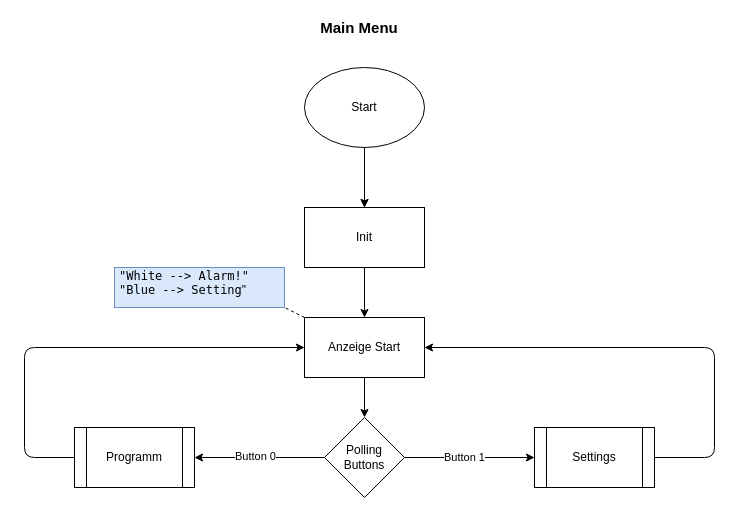
Seafesko/Nucleo-Wecker keeps this draw.io diagram as page "Main Menu" (1 of 3) of Untitled Diagram.drawio. Above is the earlier version. Source tidied: cells renumbered, new cells numbered last; positions are measured from the earlier drawing's top-left corner, leaving out a move shared by most shapes. Both pictures are drawn from the tidied source at 100%, with x=0, y=0 at pixel (24, 17).
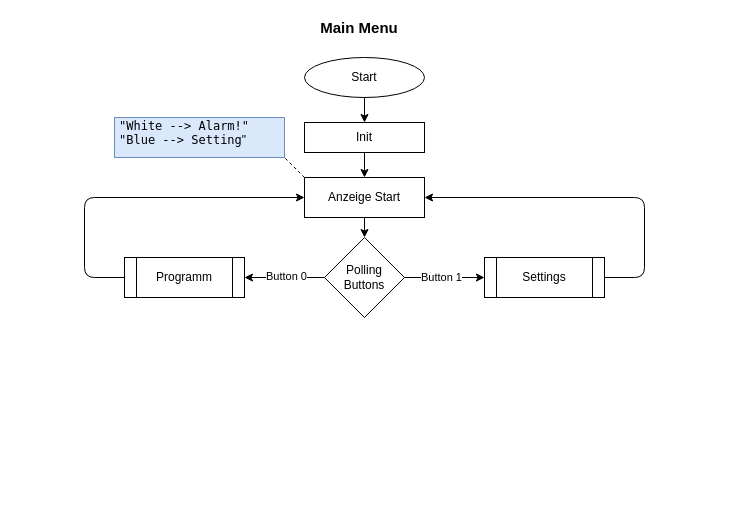
The same page after the edit.

What changed in the source:
```diff
@@
     <mxCell id="3" value="Start" style="ellipse;whiteSpace=wrap;html=1;" parent="1" vertex="1">
-      <mxGeometry x="280" y="50" width="120" height="80" as="geometry" />
+      <mxGeometry x="280" y="40" width="120" height="40" as="geometry" />
     </mxCell>
     <mxCell id="4" value="&lt;div&gt;Polling &lt;br&gt;&lt;/div&gt;&lt;div&gt;Buttons&lt;/div&gt;" style="rhombus;whiteSpace=wrap;html=1;strokeWidth=1;" parent="1" vertex="1">
-      <mxGeometry x="300" y="400" width="80" height="80" as="geometry" />
+      <mxGeometry x="300" y="220" width="80" height="80" as="geometry" />
     </mxCell>
     <mxCell id="5" value="Anzeige Start" style="rounded=0;whiteSpace=wrap;html=1;strokeWidth=1;" parent="1" vertex="1">
-      <mxGeometry x="280" y="300" width="120" height="60" as="geometry" />
+      <mxGeometry x="280" y="160" width="120" height="40" as="geometry" />
     </mxCell>
     <mxCell id="6" value="Programm" style="shape=process;whiteSpace=wrap;html=1;backgroundOutline=1;strokeWidth=1;" parent="1" vertex="1">
-      <mxGeometry x="50" y="410" width="120" height="60" as="geometry" />
+      <mxGeometry x="100" y="240" width="120" height="40" as="geometry" />
     </mxCell>
     <mxCell id="7" value="Settings" style="shape=process;whiteSpace=wrap;html=1;backgroundOutline=1;strokeWidth=1;" parent="1" vertex="1">
-      <mxGeometry x="510" y="410" width="120" height="60" as="geometry" />
+      <mxGeometry x="460" y="240" width="120" height="40" as="geometry" />
     </mxCell>
@@
     <mxCell id="12" value="Init" style="rounded=0;whiteSpace=wrap;html=1;strokeWidth=1;" parent="1" vertex="1">
-      <mxGeometry x="280" y="190" width="120" height="60" as="geometry" />
+      <mxGeometry x="280" y="105" width="120" height="30" as="geometry" />
     </mxCell>
@@
-    <mxCell id="14" style="endArrow=classic;html=1;entryX=0.5;entryY=0;entryDx=0;entryDy=0;exitX=0.5;exitY=1;exitDx=0;exitDy=0;" parent="1" edge="1">
-      <mxGeometry relative="1" as="geometry">
-        <mxPoint x="340" y="130" as="sourcePoint" />
-        <mxPoint x="340" y="190" as="targetPoint" />
-      </mxGeometry>
-    </mxCell>
@@
     <mxCell id="16" style="endArrow=classic;html=1;exitX=0;exitY=0.5;exitDx=0;exitDy=0;entryX=0;entryY=0.5;entryDx=0;entryDy=0;" parent="1" edge="1" source="6" target="5">
       <mxGeometry relative="1" as="geometry">
         <Array as="points">
-          <mxPoint y="440" />
-          <mxPoint y="330" />
+          <mxPoint x="60" y="260" />
+          <mxPoint x="60" y="180" />
         </Array>
       </mxGeometry>
     </mxCell>
     <mxCell id="17" style="endArrow=classic;html=1;exitX=1;exitY=0.5;exitDx=0;exitDy=0;entryX=1;entryY=0.5;entryDx=0;entryDy=0;" parent="1" edge="1" source="7" target="5">
       <mxGeometry relative="1" as="geometry">
         <Array as="points">
-          <mxPoint x="690" y="440" />
-          <mxPoint x="690" y="330" />
+          <mxPoint x="620" y="260" />
+          <mxPoint x="620" y="180" />
         </Array>
       </mxGeometry>
     </mxCell>
     <mxCell id="18" value="&lt;p&gt;&lt;font face=&quot;Lucida Console&quot;&gt;&quot;White --&amp;gt; Alarm!&quot; &quot;Blue --&amp;gt; Setting&lt;/font&gt;&quot;&lt;br&gt;&lt;/p&gt;" style="text;html=1;strokeColor=#6c8ebf;fillColor=#dae8fc;spacing=5;spacingTop=-20;whiteSpace=wrap;overflow=hidden;rounded=0;" parent="1" vertex="1">
-      <mxGeometry x="90" y="250" width="170" height="40" as="geometry" />
+      <mxGeometry x="90" y="100" width="170" height="40" as="geometry" />
     </mxCell>
```
